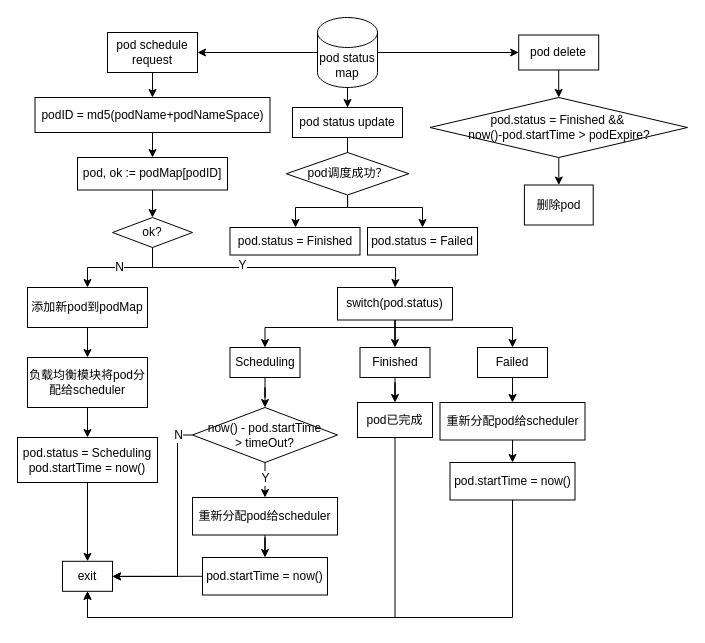
Earlier version of the draw.io diagram page "Page-4" (4 of 4) of 毕业设计/各个功能模块的实现.drawio (AgentGuo/flow_chart). Source tidied: cells renumbered, new cells numbered last; positions are measured from the earlier drawing's top-left corner, leaving out a move shared by most shapes. Both pictures are drawn from the tidied source at 100%, with x=0, y=0 at pixel (17, 17).
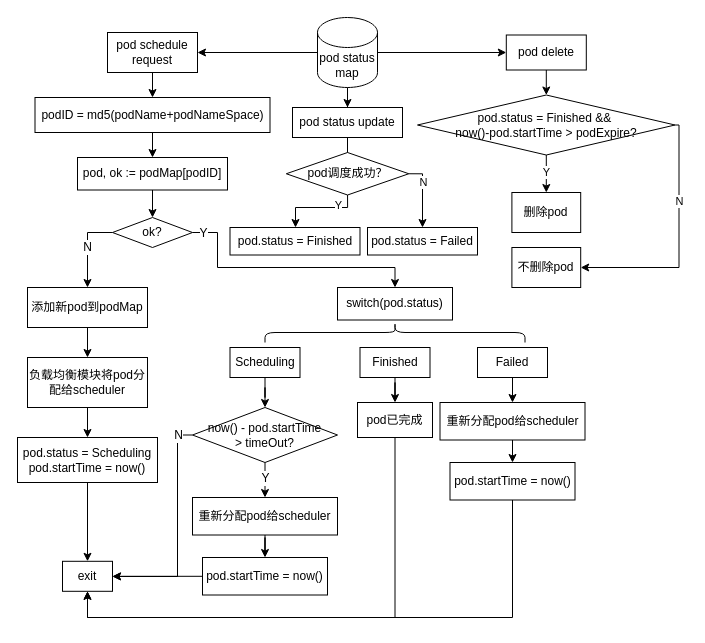
The same page after the edit.

The change refers to these unchanged cells:
```xml
<mxCell id="13" value="ok?" style="rhombus;whiteSpace=wrap;html=1;fontSize=12;" parent="1" vertex="1">
  <mxGeometry x="95" y="200" width="80" height="30" as="geometry" />
</mxCell>
<mxCell id="15" value="添加新pod到podMap" style="whiteSpace=wrap;html=1;" parent="1" vertex="1">
  <mxGeometry x="10" y="270" width="120" height="40" as="geometry" />
</mxCell>
<mxCell id="25" value="switch(pod.status)" style="whiteSpace=wrap;html=1;" parent="1" vertex="1">
  <mxGeometry x="320" y="270" width="115" height="32.5" as="geometry" />
</mxCell>
<mxCell id="27" value="Scheduling" style="whiteSpace=wrap;html=1;fontSize=12;" parent="1" vertex="1">
  <mxGeometry x="212.5" y="330" width="70" height="30" as="geometry" />
</mxCell>
<mxCell id="29" value="Finished" style="whiteSpace=wrap;html=1;fontSize=12;" parent="1" vertex="1">
  <mxGeometry x="342.5" y="330" width="70" height="30" as="geometry" />
</mxCell>
<mxCell id="31" value="Failed" style="whiteSpace=wrap;html=1;fontSize=12;" parent="1" vertex="1">
  <mxGeometry x="460" y="330" width="70" height="30" as="geometry" />
</mxCell>
<mxCell id="48" style="edgeStyle=orthogonalEdgeStyle;rounded=0;jettySize=auto;html=1;fontSize=12;exitX=0.5;exitY=1;exitDx=0;exitDy=0;" parent="1" edge="1" source="59" target="52">
  <mxGeometry relative="1" as="geometry">
    <Array as="points">
      <mxPoint x="330" y="190" />
      <mxPoint x="278" y="190" />
    </Array>
  </mxGeometry>
</mxCell>
<mxCell id="53" value="pod.status = Failed" style="whiteSpace=wrap;html=1;" parent="1" vertex="1">
  <mxGeometry x="350" y="210" width="110" height="27.5" as="geometry" />
</mxCell>
<mxCell id="56" style="edgeStyle=orthogonalEdgeStyle;rounded=0;jettySize=auto;html=1;fontSize=12;" parent="1" edge="1" source="57" target="58">
  <mxGeometry relative="1" as="geometry" />
</mxCell>
<mxCell id="59" value="pod调度成功？" style="rhombus;whiteSpace=wrap;html=1;" parent="1" vertex="1">
  <mxGeometry x="268.8" y="135" width="122.5" height="42.5" as="geometry" />
</mxCell>
```

The edit, as a diff of the source:
```diff
@@
     <mxCell id="10" value="N" style="edgeStyle=orthogonalEdgeStyle;rounded=0;jettySize=auto;html=1;fontSize=12;" parent="1" edge="1" source="13" target="15">
       <mxGeometry relative="1" as="geometry">
         <Array as="points">
-          <mxPoint x="135" y="250" />
-          <mxPoint x="70" y="250" />
+          <mxPoint x="70" y="215" />
         </Array>
       </mxGeometry>
     </mxCell>
-    <mxCell id="11" style="edgeStyle=orthogonalEdgeStyle;rounded=0;jettySize=auto;html=1;fontSize=12;entryX=0.5;entryY=0;entryDx=0;entryDy=0;" parent="1" edge="1" source="13" target="25">
+    <mxCell id="11" style="edgeStyle=orthogonalEdgeStyle;rounded=0;jettySize=auto;html=1;fontSize=12;entryX=0.5;entryY=0;entryDx=0;entryDy=0;exitX=1;exitY=0.5;exitDx=0;exitDy=0;" parent="1" edge="1" source="13" target="25">
       <mxGeometry relative="1" as="geometry">
         <Array as="points">
-          <mxPoint x="135" y="250" />
+          <mxPoint x="200" y="215" />
+          <mxPoint x="200" y="250" />
           <mxPoint x="378" y="250" />
-          <mxPoint x="378" y="260" />
         </Array>
       </mxGeometry>
     </mxCell>
     <mxCell id="12" value="Y" style="edgeLabel;html=1;align=center;verticalAlign=middle;fontSize=12;" parent="11" vertex="1">
       <mxGeometry x="-0.24" y="3" relative="1" as="geometry">
-        <mxPoint x="1" as="offset" />
+        <mxPoint x="-53" y="-32" as="offset" />
       </mxGeometry>
     </mxCell>
@@
-    <mxCell id="22" style="edgeStyle=orthogonalEdgeStyle;rounded=0;jettySize=auto;html=1;fontSize=12;" parent="1" edge="1" source="25" target="29">
-      <mxGeometry relative="1" as="geometry" />
-    </mxCell>
-    <mxCell id="23" style="edgeStyle=orthogonalEdgeStyle;rounded=0;jettySize=auto;html=1;fontSize=12;entryX=0.5;entryY=0;entryDx=0;entryDy=0;exitX=0.5;exitY=1;exitDx=0;exitDy=0;" parent="1" edge="1" source="25" target="27">
-      <mxGeometry relative="1" as="geometry">
-        <Array as="points">
-          <mxPoint x="377.5" y="310" />
-          <mxPoint x="247.5" y="310" />
-        </Array>
-      </mxGeometry>
-    </mxCell>
-    <mxCell id="24" style="edgeStyle=orthogonalEdgeStyle;rounded=0;jettySize=auto;html=1;fontSize=12;entryX=0.5;entryY=0;entryDx=0;entryDy=0;" parent="1" edge="1" source="25" target="31">
-      <mxGeometry relative="1" as="geometry">
-        <Array as="points">
-          <mxPoint x="377.5" y="310" />
-          <mxPoint x="495.5" y="310" />
-          <mxPoint x="495.5" y="330" />
-        </Array>
-      </mxGeometry>
-    </mxCell>
@@
+    <mxCell id="60" value="Y" style="edgeLabel;html=1;align=center;verticalAlign=middle;" parent="48" vertex="1">
+      <mxGeometry x="-0.34" y="1" relative="1" as="geometry">
+        <mxPoint x="6" y="-4" as="offset" />
+      </mxGeometry>
+    </mxCell>
-    <mxCell id="49" style="edgeStyle=orthogonalEdgeStyle;rounded=0;jettySize=auto;html=1;fontSize=12;exitX=0.5;exitY=1;exitDx=0;exitDy=0;" parent="1" edge="1" source="59" target="53">
+    <mxCell id="49" style="edgeStyle=orthogonalEdgeStyle;rounded=0;jettySize=auto;html=1;fontSize=12;exitX=1;exitY=0.5;exitDx=0;exitDy=0;" parent="1" edge="1" source="59" target="53">
       <mxGeometry relative="1" as="geometry">
         <Array as="points">
-          <mxPoint x="330" y="190" />
-          <mxPoint x="405" y="190" />
+          <mxPoint x="405" y="156" />
         </Array>
       </mxGeometry>
     </mxCell>
+    <mxCell id="61" value="N" style="edgeLabel;html=1;align=center;verticalAlign=middle;" parent="49" vertex="1">
+      <mxGeometry x="-0.34" relative="1" as="geometry" />
+    </mxCell>
@@
     <mxCell id="55" value="pod delete" style="whiteSpace=wrap;html=1;" parent="1" vertex="1">
-      <mxGeometry x="501.2" y="17.5" width="80" height="35" as="geometry" />
+      <mxGeometry x="488.8" y="17.5" width="80" height="35" as="geometry" />
     </mxCell>
@@
+    <mxCell id="62" value="Y" style="edgeLabel;html=1;align=center;verticalAlign=middle;" parent="56" vertex="1">
+      <mxGeometry x="0.33" y="-1" relative="1" as="geometry">
+        <mxPoint x="1" y="-8" as="offset" />
+      </mxGeometry>
+    </mxCell>
+    <mxCell id="63" style="edgeStyle=orthogonalEdgeStyle;rounded=0;jettySize=auto;html=1;" parent="1" edge="1" source="57" target="65">
+      <mxGeometry relative="1" as="geometry">
+        <Array as="points">
+          <mxPoint x="661.5" y="107.5" />
+        </Array>
+      </mxGeometry>
+    </mxCell>
+    <mxCell id="64" value="N" style="edgeLabel;html=1;align=center;verticalAlign=middle;" parent="63" vertex="1">
+      <mxGeometry x="-0.35" relative="1" as="geometry" />
+    </mxCell>
     <mxCell id="57" value="pod.status = Finished &amp;amp;&amp;amp;&amp;nbsp;&lt;br&gt;now()-pod.startTime &amp;gt; podExpire?" style="rhombus;whiteSpace=wrap;html=1;" parent="1" vertex="1">
-      <mxGeometry x="412.5" y="80" width="257.5" height="60" as="geometry" />
+      <mxGeometry x="400" y="77.5" width="257.5" height="60" as="geometry" />
     </mxCell>
     <mxCell id="58" value="删除pod" style="whiteSpace=wrap;html=1;" parent="1" vertex="1">
-      <mxGeometry x="506.9" y="167.5" width="68.8" height="40" as="geometry" />
+      <mxGeometry x="494.4" y="175" width="68.8" height="40" as="geometry" />
     </mxCell>
@@
+    <mxCell id="65" value="不删除pod" style="whiteSpace=wrap;html=1;" parent="1" vertex="1">
+      <mxGeometry x="494.4" y="230" width="68.8" height="40" as="geometry" />
+    </mxCell>
+    <mxCell id="66" style="shape=curlyBracket;whiteSpace=wrap;html=1;rounded=1;rotation=90;" parent="1" vertex="1">
+      <mxGeometry x="367.5" y="185" width="20" height="260" as="geometry" />
+    </mxCell>
```
